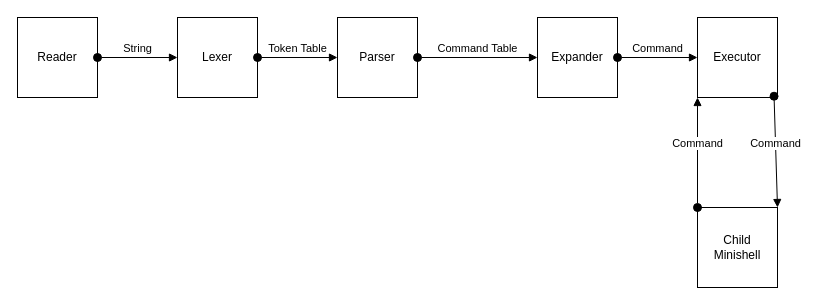
Earlier version of the draw.io diagram minishell_diagram.drawio (JoseLievano/minishell). Source tidied: cells renumbered, new cells numbered last; positions are measured from the earlier drawing's top-left corner, leaving out a move shared by most shapes. Both pictures are drawn from the tidied source at 100%, with x=0, y=0 at pixel (17, 17).
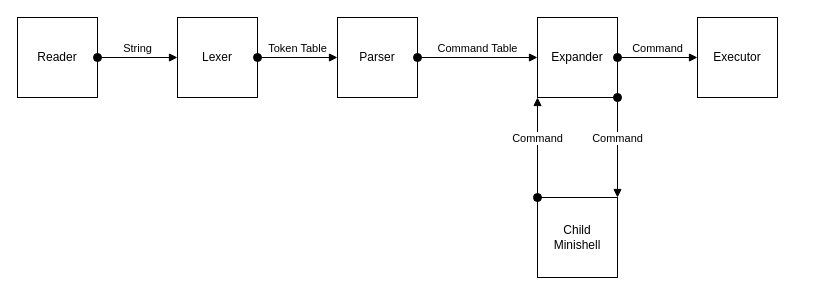
Above is the later version.

Commit message (it also covers changes not shown here):
Diagram modification

The edit, as a diff of the source:
```diff
@@
 <mxGraphModel>
   <root>
     <mxCell id="0" />
     <mxCell id="1" parent="0" />
     <mxCell id="2" value="Lexer" style="whiteSpace=wrap;html=1;" parent="1" vertex="1">
       <mxGeometry x="160" width="80" height="80" as="geometry" />
     </mxCell>
     <mxCell id="3" value="Parser" style="whiteSpace=wrap;html=1;" parent="1" vertex="1">
       <mxGeometry x="320" width="80" height="80" as="geometry" />
     </mxCell>
     <mxCell id="4" value="Expander" style="whiteSpace=wrap;html=1;" parent="1" vertex="1">
       <mxGeometry x="520" width="80" height="80" as="geometry" />
     </mxCell>
     <mxCell id="5" value="Executor" style="whiteSpace=wrap;html=1;" parent="1" vertex="1">
       <mxGeometry x="680" width="80" height="80" as="geometry" />
     </mxCell>
     <mxCell id="6" value="Token Table" style="html=1;verticalAlign=bottom;startArrow=oval;startFill=1;endArrow=block;startSize=8;curved=0;rounded=0;entryX=0;entryY=0.5;entryDx=0;entryDy=0;exitX=1;exitY=0.5;exitDx=0;exitDy=0;" parent="1" edge="1" source="2" target="3">
       <mxGeometry relative="1" as="geometry" />
     </mxCell>
     <mxCell id="7" value="Command Table" style="html=1;verticalAlign=bottom;startArrow=oval;startFill=1;endArrow=block;startSize=8;curved=0;rounded=0;exitX=1;exitY=0.5;exitDx=0;exitDy=0;entryX=0;entryY=0.5;entryDx=0;entryDy=0;" parent="1" edge="1" source="3" target="4">
       <mxGeometry relative="1" as="geometry" />
     </mxCell>
     <mxCell id="8" value="Command" style="html=1;verticalAlign=bottom;startArrow=oval;startFill=1;endArrow=block;startSize=8;curved=0;rounded=0;entryX=0;entryY=0.5;entryDx=0;entryDy=0;exitX=1;exitY=0.5;exitDx=0;exitDy=0;" parent="1" edge="1" source="4" target="5">
       <mxGeometry relative="1" as="geometry" />
     </mxCell>
     <mxCell id="9" value="Reader" style="whiteSpace=wrap;html=1;" parent="1" vertex="1">
       <mxGeometry width="80" height="80" as="geometry" />
     </mxCell>
     <mxCell id="10" value="String" style="html=1;verticalAlign=bottom;startArrow=oval;startFill=1;endArrow=block;startSize=8;curved=0;rounded=0;entryX=0;entryY=0.5;entryDx=0;entryDy=0;exitX=1;exitY=0.5;exitDx=0;exitDy=0;" parent="1" edge="1" source="9" target="2">
       <mxGeometry relative="1" as="geometry" />
     </mxCell>
     <mxCell id="11" value="Child &lt;br&gt;Minishell" style="whiteSpace=wrap;html=1;" parent="1" vertex="1">
-      <mxGeometry x="680" y="190" width="80" height="80" as="geometry" />
+      <mxGeometry x="520" y="180" width="80" height="80" as="geometry" />
     </mxCell>
-    <mxCell id="12" value="Command" style="html=1;verticalAlign=bottom;startArrow=oval;startFill=1;endArrow=block;startSize=8;curved=0;rounded=0;entryX=1;entryY=0;entryDx=0;entryDy=0;exitX=0.957;exitY=0.984;exitDx=0;exitDy=0;exitPerimeter=0;" parent="1" edge="1" source="5" target="11">
+    <mxCell id="12" value="Command" style="html=1;verticalAlign=bottom;startArrow=oval;startFill=1;endArrow=block;startSize=8;curved=0;rounded=0;entryX=1;entryY=0;entryDx=0;entryDy=0;exitX=1;exitY=1;exitDx=0;exitDy=0;" parent="1" edge="1" source="4" target="11">
       <mxGeometry relative="1" as="geometry" />
     </mxCell>
-    <mxCell id="13" value="Command" style="html=1;verticalAlign=bottom;startArrow=oval;startFill=1;endArrow=block;startSize=8;curved=0;rounded=0;entryX=0;entryY=1;entryDx=0;entryDy=0;exitX=0;exitY=0;exitDx=0;exitDy=0;" parent="1" edge="1" source="11" target="5">
+    <mxCell id="13" value="Command" style="html=1;verticalAlign=bottom;startArrow=oval;startFill=1;endArrow=block;startSize=8;curved=0;rounded=0;entryX=0;entryY=1;entryDx=0;entryDy=0;exitX=0;exitY=0;exitDx=0;exitDy=0;" parent="1" edge="1" source="11" target="4">
       <mxGeometry relative="1" as="geometry" />
     </mxCell>
   </root>
 </mxGraphModel>
```
